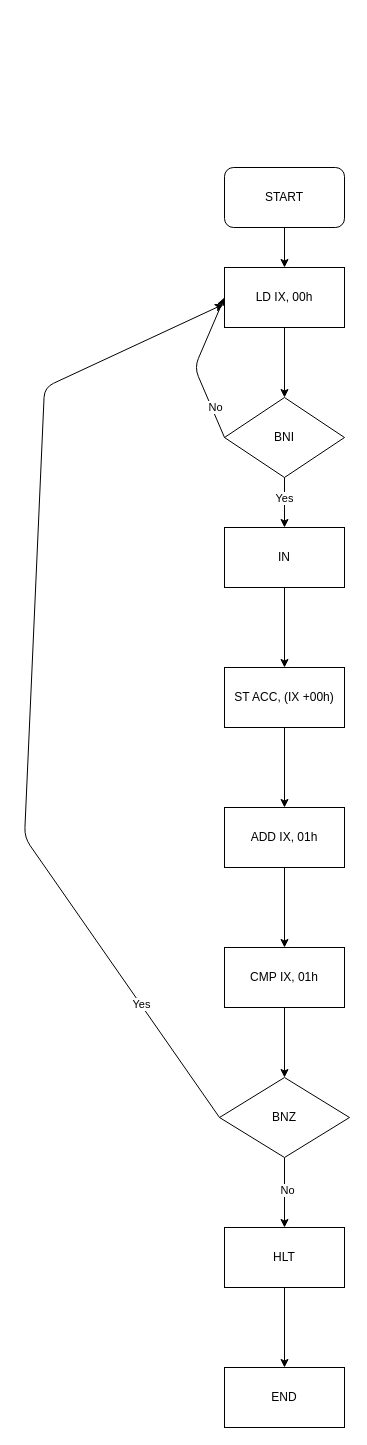
iammytoo/maikon-jikken keeps this draw.io diagram as chip-a.dio. Above is the earlier version. Source tidied: cells renumbered, new cells numbered last; positions are measured from the earlier drawing's top-left corner, leaving out a move shared by most shapes. Both pictures are drawn from the tidied source at 100%, with x=0, y=0 at pixel (24, 167).
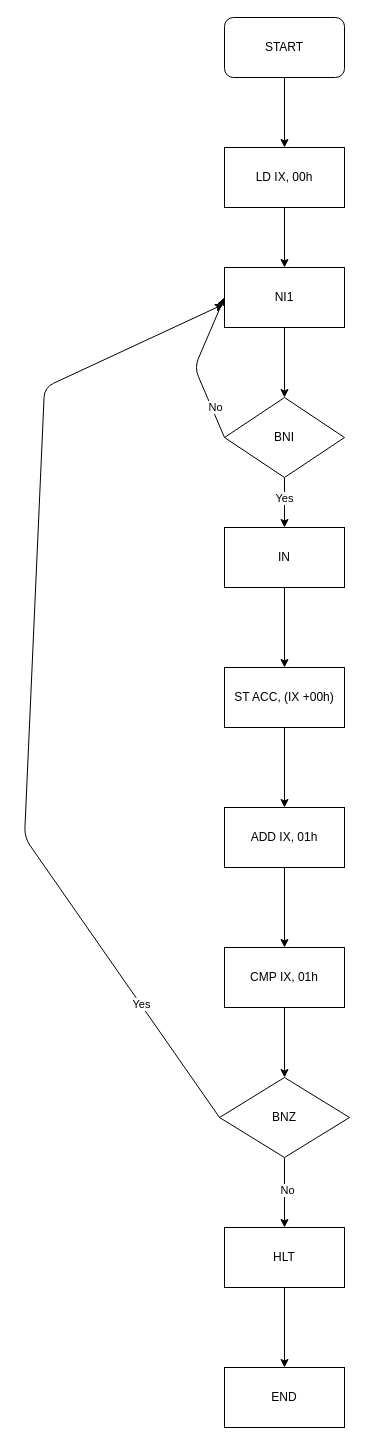
After the change.

Commit message:
直してみた^^

Change to the diagram source:
```diff
@@
-    <mxCell id="3" value="LD IX, 00h" style="rounded=0;whiteSpace=wrap;html=1;" parent="1" vertex="1">
+    <mxCell id="3" value="NI1" style="rounded=0;whiteSpace=wrap;html=1;" parent="1" vertex="1">
       <mxGeometry x="200" y="100" width="120" height="60" as="geometry" />
     </mxCell>
-    <mxCell id="4" style="edgeStyle=none;html=1;entryX=0.5;entryY=0;entryDx=0;entryDy=0;" parent="1" edge="1" source="5" target="3">
-      <mxGeometry relative="1" as="geometry" />
-    </mxCell>
+    <mxCell id="27" style="edgeStyle=none;html=1;exitX=0.5;exitY=1;exitDx=0;exitDy=0;entryX=0.5;entryY=0;entryDx=0;entryDy=0;" parent="1" edge="1" source="5" target="29">
+      <mxGeometry relative="1" as="geometry" />
+    </mxCell>
     <mxCell id="5" value="START" style="rounded=1;whiteSpace=wrap;html=1;" parent="1" vertex="1">
-      <mxGeometry x="200" width="120" height="60" as="geometry" />
+      <mxGeometry x="200" y="-150" width="120" height="60" as="geometry" />
     </mxCell>
@@
+    <mxCell id="28" style="edgeStyle=none;html=1;exitX=0.5;exitY=1;exitDx=0;exitDy=0;entryX=0.5;entryY=0;entryDx=0;entryDy=0;" parent="1" edge="1" source="29" target="3">
+      <mxGeometry relative="1" as="geometry" />
+    </mxCell>
+    <mxCell id="29" value="LD IX, 00h" style="rounded=0;whiteSpace=wrap;html=1;" parent="1" vertex="1">
+      <mxGeometry x="200" y="-20" width="120" height="60" as="geometry" />
+    </mxCell>
```
